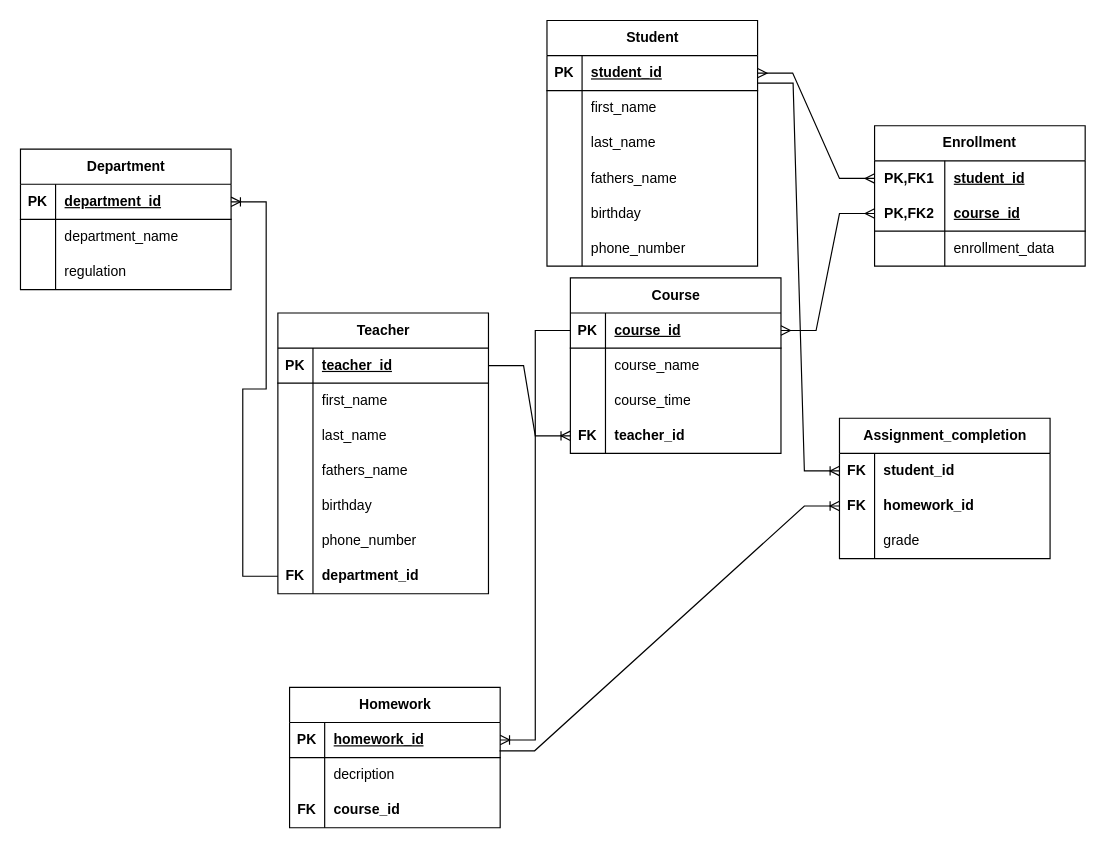
Above: page "Задание 2" (2 of 3) of 14-er/er-diagram.drawio in ChernyakOlga/da-homeworks-chernyak (draw.io), before the change. Source tidied: cells renumbered, new cells numbered last; positions are measured from the earlier drawing's top-left corner, leaving out a move shared by most shapes. Both pictures are drawn from the tidied source at 117%, with x=0, y=0 at pixel (20, 20).
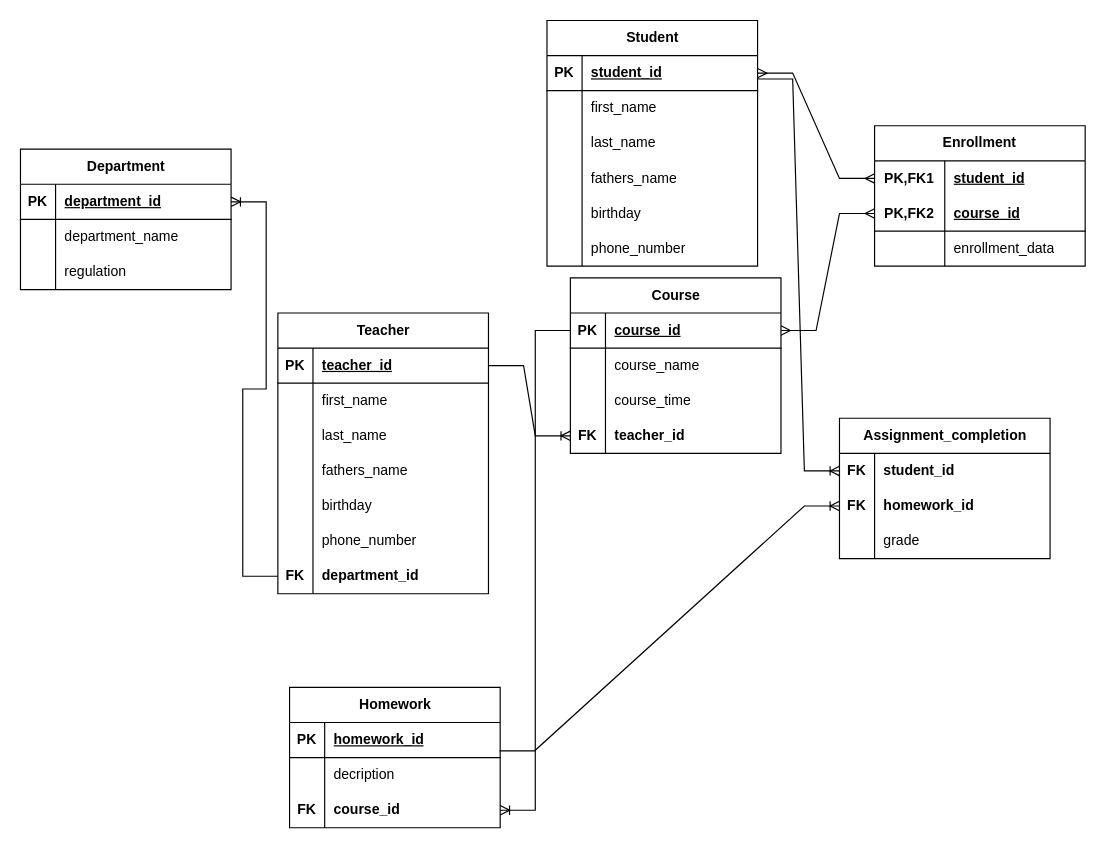
After the change.

The change refers to these unchanged cells:
```xml
<mxCell id="25" style="shape=tableRow;horizontal=0;startSize=0;swimlaneHead=0;swimlaneBody=0;fillColor=none;points=[[0,0.5],[1,0.5]];portConstraint=eastwest;top=0;left=0;right=0;bottom=1;" parent="24" vertex="1">
  <mxGeometry y="30" width="180" height="30" as="geometry" />
</mxCell>
<mxCell id="54" style="shape=tableRow;horizontal=0;startSize=0;swimlaneHead=0;swimlaneBody=0;fillColor=none;points=[[0,0.5],[1,0.5]];portConstraint=eastwest;top=0;left=0;right=0;bottom=1;" parent="53" vertex="1">
  <mxGeometry y="30" width="180" height="30" as="geometry" />
</mxCell>
<mxCell id="81" style="shape=tableRow;horizontal=0;startSize=0;swimlaneHead=0;swimlaneBody=0;fillColor=none;points=[[0,0.5],[1,0.5]];portConstraint=eastwest;top=0;left=0;right=0;bottom=1;" parent="80" vertex="1">
  <mxGeometry y="30" width="180" height="30" as="geometry" />
</mxCell>
<mxCell id="87" style="shape=tableRow;horizontal=0;startSize=0;swimlaneHead=0;swimlaneBody=0;fillColor=none;points=[[0,0.5],[1,0.5]];portConstraint=eastwest;top=0;left=0;right=0;bottom=0;" parent="80" vertex="1">
  <mxGeometry y="90" width="180" height="30" as="geometry" />
</mxCell>
<mxCell id="91" style="shape=tableRow;horizontal=0;startSize=0;swimlaneHead=0;swimlaneBody=0;fillColor=none;points=[[0,0.5],[1,0.5]];portConstraint=eastwest;top=0;left=0;right=0;bottom=0;" parent="90" vertex="1">
  <mxGeometry y="30" width="180" height="30" as="geometry" />
</mxCell>
```

Diff of the diagram source:
```diff
@@
-    <mxCell id="100" style="edgeStyle=entityRelationEdgeStyle;fontSize=12;html=1;endArrow=ERoneToMany;rounded=0;entryX=1;entryY=0.5;entryDx=0;entryDy=0;exitX=0;exitY=0.5;exitDx=0;exitDy=0;" parent="1" edge="1" source="54" target="81">
-      <mxGeometry relative="1" as="geometry" />
+    <mxCell id="100" style="edgeStyle=entityRelationEdgeStyle;fontSize=12;html=1;endArrow=ERoneToMany;rounded=0;entryX=1;entryY=0.5;entryDx=0;entryDy=0;exitX=0;exitY=0.5;exitDx=0;exitDy=0;" parent="1" edge="1" source="54" target="87">
+      <mxGeometry relative="1" as="geometry">
+        <Array as="points">
+          <mxPoint x="430" y="390" />
+          <mxPoint x="440" y="380" />
+        </Array>
+      </mxGeometry>
     </mxCell>
@@
-    <mxCell id="102" style="edgeStyle=entityRelationEdgeStyle;fontSize=12;html=1;endArrow=ERoneToMany;rounded=0;entryX=0;entryY=0.5;entryDx=0;entryDy=0;exitX=1.002;exitY=0.786;exitDx=0;exitDy=0;exitPerimeter=0;" parent="1" edge="1" source="25" target="91">
-      <mxGeometry relative="1" as="geometry" />
+    <mxCell id="102" style="edgeStyle=entityRelationEdgeStyle;fontSize=12;html=1;endArrow=ERoneToMany;rounded=0;entryX=0;entryY=0.5;entryDx=0;entryDy=0;" parent="1" edge="1" target="91">
+      <mxGeometry relative="1" as="geometry">
+        <mxPoint x="630" y="50" as="sourcePoint" />
+      </mxGeometry>
     </mxCell>
```
